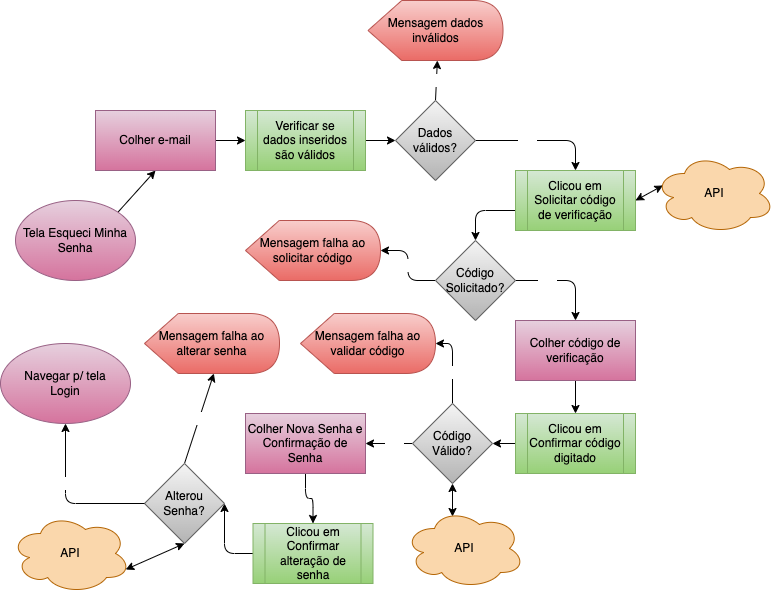
Before: docs/fluxo-tela-gestor/esqueci-senha.png, a diagram exported from draw.io (ICEI-PUC-Minas-PMV-ADS/1999-burguer). Source tidied: cells renumbered, new cells last; positions are measured from the earlier drawing's top-left corner, leaving out a move shared by most shapes.
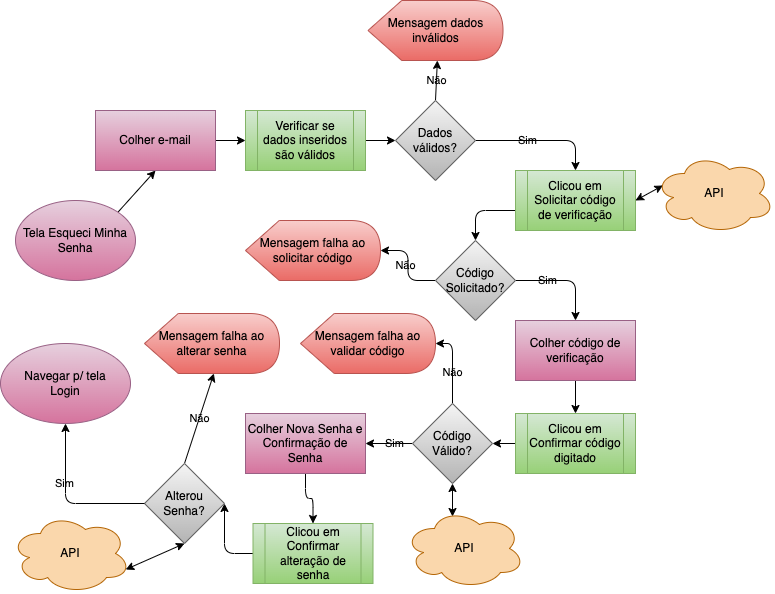
Above is the later version.

Change to the diagram source:
```diff
@@ -1,29 +1,29 @@
-<mxGraphModel>
+<mxGraphModel background="#ffffff">
   <root>
     <mxCell id="0" />
     <mxCell id="1" parent="0" />
-    <mxCell id="2" style="edgeStyle=none;html=1;fontColor=#000000;exitX=1;exitY=0;exitDx=0;exitDy=0;entryX=0.5;entryY=1;entryDx=0;entryDy=0;" parent="1" edge="1" source="3" target="5">
+    <mxCell id="2" style="edgeStyle=none;html=1;fontColor=#000000;exitX=1;exitY=0;exitDx=0;exitDy=0;entryX=0.5;entryY=1;entryDx=0;entryDy=0;strokeColor=#000000;" parent="1" edge="1" source="3" target="5">
       <mxGeometry relative="1" as="geometry" />
     </mxCell>
     <mxCell id="3" value="Tela Esqueci Minha Senha" style="ellipse;whiteSpace=wrap;html=1;fillColor=#e6d0de;strokeColor=#996185;fontStyle=0;gradientColor=#d5739d;fontColor=#000000;" parent="1" vertex="1">
       <mxGeometry x="15" y="200" width="120" height="80" as="geometry" />
     </mxCell>
-    <mxCell id="4" style="edgeStyle=none;html=1;exitX=1;exitY=0.5;exitDx=0;exitDy=0;entryX=0;entryY=0.5;entryDx=0;entryDy=0;fontColor=#000000;" parent="1" edge="1" source="5" target="7">
+    <mxCell id="4" style="edgeStyle=none;html=1;exitX=1;exitY=0.5;exitDx=0;exitDy=0;entryX=0;entryY=0.5;entryDx=0;entryDy=0;fontColor=#000000;strokeColor=#000000;" parent="1" edge="1" source="5" target="7">
       <mxGeometry relative="1" as="geometry" />
     </mxCell>
     <mxCell id="5" value="Colher e-mail" style="whiteSpace=wrap;html=1;fillColor=#e6d0de;strokeColor=#996185;fontColor=#000000;fontStyle=0;gradientColor=#d5739d;" parent="1" vertex="1">
       <mxGeometry x="95" y="110" width="120" height="60" as="geometry" />
     </mxCell>
-    <mxCell id="6" style="edgeStyle=none;html=1;entryX=0;entryY=0.5;entryDx=0;entryDy=0;fontColor=#000000;" parent="1" edge="1" source="7" target="10">
+    <mxCell id="6" style="edgeStyle=none;html=1;entryX=0;entryY=0.5;entryDx=0;entryDy=0;fontColor=#000000;strokeColor=#000000;" parent="1" edge="1" source="7" target="10">
       <mxGeometry relative="1" as="geometry" />
     </mxCell>
     <mxCell id="7" value="Verificar se dados inseridos são válidos" style="shape=process;whiteSpace=wrap;html=1;backgroundOutline=1;fillColor=#d5e8d4;gradientColor=#97d077;strokeColor=#82b366;fontColor=#000000;" parent="1" vertex="1">
       <mxGeometry x="245" y="110" width="120" height="60" as="geometry" />
     </mxCell>
-    <mxCell id="8" value="Sim" style="edgeStyle=orthogonalEdgeStyle;html=1;exitX=1;exitY=0.5;exitDx=0;exitDy=0;fontColor=#FFFFFF;entryX=0.5;entryY=0;entryDx=0;entryDy=0;" parent="1" edge="1" source="10" target="14">
+    <mxCell id="8" value="Sim" style="edgeStyle=orthogonalEdgeStyle;html=1;exitX=1;exitY=0.5;exitDx=0;exitDy=0;fontColor=#000000;entryX=0.5;entryY=0;entryDx=0;entryDy=0;strokeColor=#000000;labelBackgroundColor=none;" parent="1" edge="1" source="10" target="14">
       <mxGeometry x="-0.2" relative="1" as="geometry" />
     </mxCell>
-    <mxCell id="9" value="Não" style="edgeStyle=none;html=1;fontColor=#FFFFFF;exitX=0.5;exitY=0;exitDx=0;exitDy=0;entryX=0;entryY=0;entryDx=69.375;entryDy=60;entryPerimeter=0;" parent="1" edge="1" source="10" target="11">
+    <mxCell id="9" value="Não" style="edgeStyle=none;html=1;fontColor=#000000;exitX=0.5;exitY=0;exitDx=0;exitDy=0;entryX=0;entryY=0;entryDx=69.375;entryDy=60;entryPerimeter=0;strokeColor=#000000;labelBackgroundColor=none;" parent="1" edge="1" source="10" target="11">
       <mxGeometry relative="1" as="geometry" />
     </mxCell>
     <mxCell id="10" value="Dados válidos?" style="rhombus;whiteSpace=wrap;html=1;fillColor=#f5f5f5;gradientColor=#b3b3b3;strokeColor=#666666;fontColor=#000000;" parent="1" vertex="1">
@@ -32,28 +32,28 @@
     <mxCell id="11" value="Mensagem dados inválidos" style="shape=display;whiteSpace=wrap;html=1;fillColor=#f8cecc;gradientColor=#ea6b66;strokeColor=#b85450;fontColor=#000000;" parent="1" vertex="1">
       <mxGeometry x="367.5" width="135" height="60" as="geometry" />
     </mxCell>
-    <mxCell id="12" style="edgeStyle=orthogonalEdgeStyle;html=1;entryX=0.5;entryY=0;entryDx=0;entryDy=0;fontColor=#FFFFFF;" parent="1" edge="1" target="18">
+    <mxCell id="12" style="edgeStyle=orthogonalEdgeStyle;html=1;entryX=0.5;entryY=0;entryDx=0;entryDy=0;fontColor=#FFFFFF;strokeColor=#000000;" parent="1" edge="1" target="18">
       <mxGeometry relative="1" as="geometry">
         <mxPoint x="555" y="210" as="sourcePoint" />
       </mxGeometry>
     </mxCell>
-    <mxCell id="13" style="edgeStyle=none;html=1;exitX=1;exitY=0.5;exitDx=0;exitDy=0;entryX=0.07;entryY=0.4;entryDx=0;entryDy=0;entryPerimeter=0;fontColor=#000000;startArrow=classic;startFill=1;" parent="1" edge="1" source="14" target="20">
+    <mxCell id="13" style="edgeStyle=none;html=1;exitX=1;exitY=0.5;exitDx=0;exitDy=0;entryX=0.07;entryY=0.4;entryDx=0;entryDy=0;entryPerimeter=0;fontColor=#000000;startArrow=classic;startFill=1;strokeColor=#000000;" parent="1" edge="1" source="14" target="20">
       <mxGeometry relative="1" as="geometry" />
     </mxCell>
     <mxCell id="14" value="Clicou em Solicitar código de verificação" style="shape=process;whiteSpace=wrap;html=1;backgroundOutline=1;fillColor=#d5e8d4;gradientColor=#97d077;strokeColor=#82b366;fontColor=#000000;" parent="1" vertex="1">
       <mxGeometry x="515" y="170" width="120" height="60" as="geometry" />
     </mxCell>
-    <mxCell id="15" value="Sim" style="edgeStyle=orthogonalEdgeStyle;html=1;fontColor=#FFFFFF;exitX=1;exitY=0.5;exitDx=0;exitDy=0;entryX=0.5;entryY=0;entryDx=0;entryDy=0;" parent="1" edge="1" source="18" target="23">
+    <mxCell id="15" value="Sim" style="edgeStyle=orthogonalEdgeStyle;html=1;fontColor=#000000;exitX=1;exitY=0.5;exitDx=0;exitDy=0;entryX=0.5;entryY=0;entryDx=0;entryDy=0;strokeColor=#000000;labelBackgroundColor=none;" parent="1" edge="1" source="18" target="23">
       <mxGeometry x="-0.37" relative="1" as="geometry">
         <Array as="points">
           <mxPoint x="575" y="280" />
         </Array>
       </mxGeometry>
     </mxCell>
-    <mxCell id="16" style="edgeStyle=orthogonalEdgeStyle;html=1;fontColor=#FFFFFF;entryX=1;entryY=0.5;entryDx=0;entryDy=0;entryPerimeter=0;exitX=0;exitY=0.5;exitDx=0;exitDy=0;" parent="1" edge="1" source="18" target="19">
+    <mxCell id="16" style="edgeStyle=orthogonalEdgeStyle;html=1;fontColor=#000000;entryX=1;entryY=0.5;entryDx=0;entryDy=0;entryPerimeter=0;exitX=0;exitY=0.5;exitDx=0;exitDy=0;strokeColor=#000000;labelBackgroundColor=none;" parent="1" edge="1" source="18" target="19">
       <mxGeometry relative="1" as="geometry" />
     </mxCell>
-    <mxCell id="17" value="Não" style="edgeLabel;html=1;align=center;verticalAlign=middle;fontColor=#FFFFFF;" parent="16" vertex="1">
+    <mxCell id="17" value="Não" style="edgeLabel;html=1;align=center;verticalAlign=middle;fontColor=#000000;labelBackgroundColor=none;" parent="16" vertex="1">
       <mxGeometry x="0.01" y="4" relative="1" as="geometry">
         <mxPoint x="1" as="offset" />
       </mxGeometry>
@@ -70,25 +70,25 @@
     <mxCell id="21" value="Navegar p/ tela&lt;br&gt;Login" style="ellipse;whiteSpace=wrap;html=1;fillColor=#e6d0de;strokeColor=#996185;gradientColor=#d5739d;fontColor=#000000;" parent="1" vertex="1">
       <mxGeometry y="343" width="130" height="80" as="geometry" />
     </mxCell>
-    <mxCell id="22" style="edgeStyle=none;html=1;exitX=0.5;exitY=1;exitDx=0;exitDy=0;entryX=0.5;entryY=0;entryDx=0;entryDy=0;fontColor=#000000;" parent="1" edge="1" source="23" target="25">
+    <mxCell id="22" style="edgeStyle=none;html=1;exitX=0.5;exitY=1;exitDx=0;exitDy=0;entryX=0.5;entryY=0;entryDx=0;entryDy=0;fontColor=#000000;strokeColor=#000000;" parent="1" edge="1" source="23" target="25">
       <mxGeometry relative="1" as="geometry" />
     </mxCell>
     <mxCell id="23" value="Colher código de verificação" style="whiteSpace=wrap;html=1;fillColor=#e6d0de;strokeColor=#996185;fontColor=#000000;fontStyle=0;gradientColor=#d5739d;" parent="1" vertex="1">
       <mxGeometry x="515" y="320" width="120" height="60" as="geometry" />
     </mxCell>
-    <mxCell id="24" style="edgeStyle=none;html=1;entryX=1;entryY=0.5;entryDx=0;entryDy=0;fontColor=#000000;" parent="1" edge="1" source="25" target="29">
+    <mxCell id="24" style="edgeStyle=none;html=1;entryX=1;entryY=0.5;entryDx=0;entryDy=0;fontColor=#000000;strokeColor=#000000;" parent="1" edge="1" source="25" target="29">
       <mxGeometry relative="1" as="geometry" />
     </mxCell>
     <mxCell id="25" value="Clicou em Confirmar código digitado" style="shape=process;whiteSpace=wrap;html=1;backgroundOutline=1;fillColor=#d5e8d4;gradientColor=#97d077;strokeColor=#82b366;fontColor=#000000;" parent="1" vertex="1">
       <mxGeometry x="515" y="413" width="120" height="60" as="geometry" />
     </mxCell>
-    <mxCell id="26" style="edgeStyle=none;html=1;exitX=0.5;exitY=1;exitDx=0;exitDy=0;entryX=0.4;entryY=0.1;entryDx=0;entryDy=0;entryPerimeter=0;fontColor=#000000;startArrow=classic;startFill=1;" parent="1" edge="1" source="29" target="30">
+    <mxCell id="26" style="edgeStyle=none;html=1;exitX=0.5;exitY=1;exitDx=0;exitDy=0;entryX=0.4;entryY=0.1;entryDx=0;entryDy=0;entryPerimeter=0;fontColor=#000000;startArrow=classic;startFill=1;strokeColor=#000000;" parent="1" edge="1" source="29" target="30">
       <mxGeometry relative="1" as="geometry" />
     </mxCell>
-    <mxCell id="27" value="Não" style="edgeStyle=orthogonalEdgeStyle;html=1;fontColor=#FFFFFF;startArrow=none;startFill=0;entryX=1;entryY=0.5;entryDx=0;entryDy=0;entryPerimeter=0;exitX=0.5;exitY=0;exitDx=0;exitDy=0;" parent="1" edge="1" source="29" target="31">
+    <mxCell id="27" value="Não" style="edgeStyle=orthogonalEdgeStyle;html=1;fontColor=#000000;startArrow=none;startFill=0;entryX=1;entryY=0.5;entryDx=0;entryDy=0;entryPerimeter=0;exitX=0.5;exitY=0;exitDx=0;exitDy=0;strokeColor=#000000;labelBackgroundColor=none;" parent="1" edge="1" source="29" target="31">
       <mxGeometry x="-0.2" relative="1" as="geometry" />
     </mxCell>
-    <mxCell id="28" value="Sim" style="edgeStyle=orthogonalEdgeStyle;html=1;exitX=0;exitY=0.5;exitDx=0;exitDy=0;entryX=1;entryY=0.5;entryDx=0;entryDy=0;fontColor=#FFFFFF;startArrow=none;startFill=0;" parent="1" edge="1" source="29" target="33">
+    <mxCell id="28" value="Sim" style="edgeStyle=orthogonalEdgeStyle;html=1;exitX=0;exitY=0.5;exitDx=0;exitDy=0;entryX=1;entryY=0.5;entryDx=0;entryDy=0;fontColor=#000000;startArrow=none;startFill=0;strokeColor=#000000;labelBackgroundColor=none;" parent="1" edge="1" source="29" target="33">
       <mxGeometry x="-0.23" relative="1" as="geometry" />
     </mxCell>
     <mxCell id="29" value="Código Válido?" style="rhombus;whiteSpace=wrap;html=1;fillColor=#f5f5f5;gradientColor=#b3b3b3;strokeColor=#666666;fontColor=#000000;" parent="1" vertex="1">
@@ -100,13 +100,13 @@
     <mxCell id="31" value="Mensagem falha ao validar código" style="shape=display;whiteSpace=wrap;html=1;fillColor=#f8cecc;gradientColor=#ea6b66;strokeColor=#b85450;fontColor=#000000;" parent="1" vertex="1">
       <mxGeometry x="300" y="313" width="135" height="60" as="geometry" />
     </mxCell>
-    <mxCell id="32" style="edgeStyle=orthogonalEdgeStyle;html=1;exitX=0.5;exitY=1;exitDx=0;exitDy=0;entryX=0.5;entryY=0;entryDx=0;entryDy=0;fontColor=#FFFFFF;startArrow=none;startFill=0;" parent="1" edge="1" source="33" target="35">
+    <mxCell id="32" style="edgeStyle=orthogonalEdgeStyle;html=1;exitX=0.5;exitY=1;exitDx=0;exitDy=0;entryX=0.5;entryY=0;entryDx=0;entryDy=0;fontColor=#FFFFFF;startArrow=none;startFill=0;strokeColor=#000000;" parent="1" edge="1" source="33" target="35">
       <mxGeometry relative="1" as="geometry" />
     </mxCell>
     <mxCell id="33" value="Colher Nova Senha e Confirmação de Senha" style="whiteSpace=wrap;html=1;fillColor=#e6d0de;strokeColor=#996185;fontColor=#000000;fontStyle=0;gradientColor=#d5739d;" parent="1" vertex="1">
       <mxGeometry x="245" y="413" width="120" height="60" as="geometry" />
     </mxCell>
-    <mxCell id="34" style="edgeStyle=orthogonalEdgeStyle;html=1;exitX=0;exitY=0.5;exitDx=0;exitDy=0;fontColor=#FFFFFF;startArrow=none;startFill=0;entryX=1;entryY=0.5;entryDx=0;entryDy=0;" parent="1" edge="1" source="35" target="39">
+    <mxCell id="34" style="edgeStyle=orthogonalEdgeStyle;html=1;exitX=0;exitY=0.5;exitDx=0;exitDy=0;fontColor=#FFFFFF;startArrow=none;startFill=0;entryX=1;entryY=0.5;entryDx=0;entryDy=0;strokeColor=#000000;" parent="1" edge="1" source="35" target="39">
       <mxGeometry relative="1" as="geometry">
         <Array as="points">
           <mxPoint x="224" y="553" />
@@ -119,16 +119,16 @@
     <mxCell id="36" value="API" style="ellipse;shape=cloud;whiteSpace=wrap;html=1;fillColor=#fad7ac;strokeColor=#b46504;fontColor=#000000;" parent="1" vertex="1">
       <mxGeometry x="10" y="513" width="120" height="80" as="geometry" />
     </mxCell>
-    <mxCell id="37" style="html=1;entryX=0.96;entryY=0.7;entryDx=0;entryDy=0;entryPerimeter=0;fontColor=#FFFFFF;startArrow=classic;startFill=1;exitX=0.5;exitY=1;exitDx=0;exitDy=0;" parent="1" edge="1" source="39" target="36">
+    <mxCell id="37" style="html=1;entryX=0.96;entryY=0.7;entryDx=0;entryDy=0;entryPerimeter=0;fontColor=#FFFFFF;startArrow=classic;startFill=1;exitX=0.5;exitY=1;exitDx=0;exitDy=0;strokeColor=#000000;" parent="1" edge="1" source="39" target="36">
       <mxGeometry relative="1" as="geometry" />
     </mxCell>
-    <mxCell id="38" value="Não" style="edgeStyle=none;html=1;exitX=0.5;exitY=0;exitDx=0;exitDy=0;fontColor=#FFFFFF;startArrow=none;startFill=0;entryX=0;entryY=0;entryDx=69.375;entryDy=60;entryPerimeter=0;" parent="1" edge="1" source="39" target="41">
+    <mxCell id="38" value="Não" style="edgeStyle=none;html=1;exitX=0.5;exitY=0;exitDx=0;exitDy=0;fontColor=#000000;startArrow=none;startFill=0;entryX=0;entryY=0;entryDx=69.375;entryDy=60;entryPerimeter=0;strokeColor=#000000;labelBackgroundColor=none;" parent="1" edge="1" source="39" target="41">
       <mxGeometry relative="1" as="geometry" />
     </mxCell>
     <mxCell id="39" value="Alterou&lt;br&gt;Senha?" style="rhombus;whiteSpace=wrap;html=1;fillColor=#f5f5f5;gradientColor=#b3b3b3;strokeColor=#666666;fontColor=#000000;" parent="1" vertex="1">
       <mxGeometry x="144" y="463" width="80" height="80" as="geometry" />
     </mxCell>
-    <mxCell id="40" value="Sim" style="edgeStyle=orthogonalEdgeStyle;html=1;fontColor=#FFFFFF;startArrow=none;startFill=0;entryX=0.5;entryY=1;entryDx=0;entryDy=0;exitX=0;exitY=0.5;exitDx=0;exitDy=0;" parent="1" edge="1" source="39" target="21">
+    <mxCell id="40" value="Sim" style="edgeStyle=orthogonalEdgeStyle;html=1;fontColor=#000000;startArrow=none;startFill=0;entryX=0.5;entryY=1;entryDx=0;entryDy=0;exitX=0;exitY=0.5;exitDx=0;exitDy=0;strokeColor=#000000;labelBackgroundColor=none;" parent="1" edge="1" source="39" target="21">
       <mxGeometry x="0.24" y="1" relative="1" as="geometry" />
     </mxCell>
     <mxCell id="41" value="Mensagem falha ao alterar senha" style="shape=display;whiteSpace=wrap;html=1;fillColor=#f8cecc;gradientColor=#ea6b66;strokeColor=#b85450;fontColor=#000000;" parent="1" vertex="1">
```
